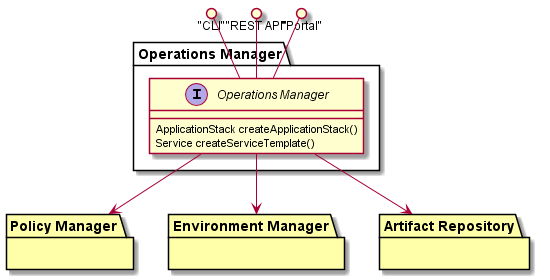
Before: docs/Solution/OperationsManager/Logical.png, a diagram exported from PlantUML (CAADE/C3). Source of this version:
```plantuml
@startuml

package "Operations Manager" {
  interface "Operations Manager" {
      ApplicationStack createApplicationStack()
      Service createServiceTemplate()
  }
}
"CLI" ()-- "Operations Manager"
"REST API" ()-- "Operations Manager"
"Portal" ()-- "Operations Manager"

package "Policy Manager"  #ffffaa {}
package "Environment Manager" #ffffaa {}
package "Artifact Repository" #ffffaa {}

"Operations Manager" --> "Artifact Repository"
"Operations Manager" --> "Policy Manager"
"Operations Manager" --> "Environment Manager"

@enduml
```
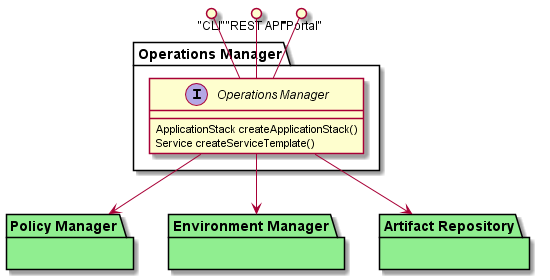
The same diagram one commit later.

Diff of the diagram source:
```diff
@@ -10,9 +10,9 @@
 "REST API" ()-- "Operations Manager"
 "Portal" ()-- "Operations Manager"
 
-package "Policy Manager"  #ffffaa {}
-package "Environment Manager" #ffffaa {}
-package "Artifact Repository" #ffffaa {}
+package "Policy Manager"  #lightgreen {}
+package "Environment Manager" #lightgreen {}
+package "Artifact Repository" #lightgreen {}
 
 "Operations Manager" --> "Artifact Repository"
 "Operations Manager" --> "Policy Manager"
```
